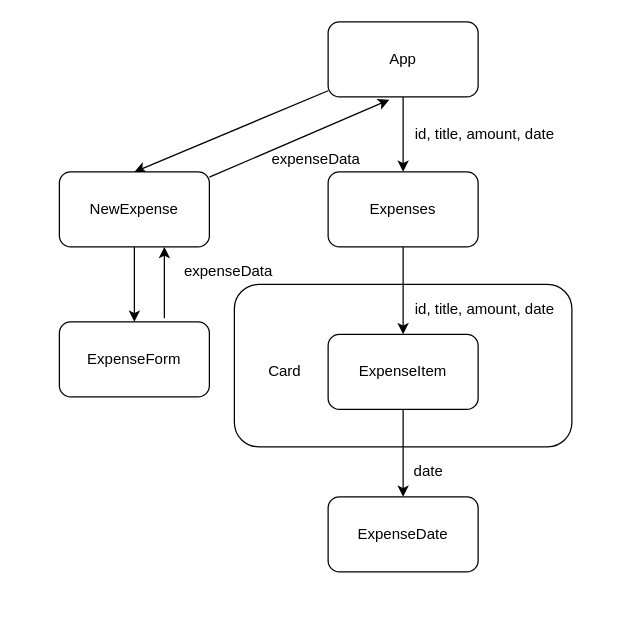
hieutrung0451/expenses-app keeps this draw.io diagram as expenses.app.drawio. Above is the earlier version. Source tidied: cells renumbered, new cells numbered last; positions are measured from the earlier drawing's top-left corner, leaving out a move shared by most shapes. Both pictures are drawn from the tidied source at 125%, with x=0, y=0 at pixel (59, 21).
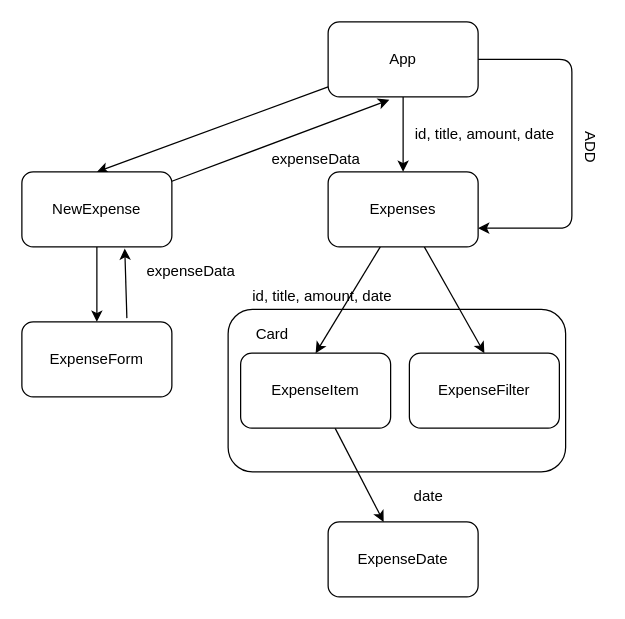
Above is the later version.

The change refers to these unchanged cells:
```xml
<mxCell id="5" value="App" style="rounded=1;whiteSpace=wrap;html=1;" parent="1" vertex="1">
  <mxGeometry x="215" width="120" height="60" as="geometry" />
</mxCell>
<mxCell id="12" value="Expenses" style="rounded=1;whiteSpace=wrap;html=1;" parent="1" vertex="1">
  <mxGeometry x="215" y="120" width="120" height="60" as="geometry" />
</mxCell>
```

What changed in the source:
```diff
@@
     <mxCell id="2" value="&amp;nbsp; &amp;nbsp; &amp;nbsp;" style="rounded=1;whiteSpace=wrap;html=1;" parent="1" vertex="1">
-      <mxGeometry x="140" y="210" width="270" height="130" as="geometry" />
+      <mxGeometry x="135" y="230" width="270" height="130" as="geometry" />
     </mxCell>
@@
+    <mxCell id="22" style="edgeStyle=none;html=1;entryX=1;entryY=0.75;entryDx=0;entryDy=0;" parent="1" edge="1" source="5" target="12">
+      <mxGeometry relative="1" as="geometry">
+        <Array as="points">
+          <mxPoint x="410" y="30" />
+          <mxPoint x="410" y="165" />
+        </Array>
+      </mxGeometry>
+    </mxCell>
@@
     <mxCell id="7" value="ExpenseItem" style="rounded=1;whiteSpace=wrap;html=1;" parent="1" vertex="1">
-      <mxGeometry x="215" y="250" width="120" height="60" as="geometry" />
+      <mxGeometry x="145" y="265" width="120" height="60" as="geometry" />
     </mxCell>
@@
     <mxCell id="9" value="ExpenseDate" style="whiteSpace=wrap;html=1;rounded=1;" parent="1" vertex="1">
-      <mxGeometry x="215" y="380" width="120" height="60" as="geometry" />
+      <mxGeometry x="215" y="400" width="120" height="60" as="geometry" />
     </mxCell>
     <mxCell id="10" value="date" style="text;html=1;align=center;verticalAlign=middle;strokeColor=none;fillColor=none;" parent="1" vertex="1">
-      <mxGeometry x="275" y="350" width="40" height="20" as="geometry" />
+      <mxGeometry x="275" y="370" width="40" height="20" as="geometry" />
     </mxCell>
@@
+    <mxCell id="23" style="edgeStyle=none;html=1;entryX=0.5;entryY=0;entryDx=0;entryDy=0;" parent="1" edge="1" source="12" target="25">
+      <mxGeometry relative="1" as="geometry" />
+    </mxCell>
@@
-    <mxCell id="13" value="id, title, amount, date" style="text;html=1;align=center;verticalAlign=middle;strokeColor=none;fillColor=none;" parent="1" vertex="1">
-      <mxGeometry x="275" y="220" width="130" height="20" as="geometry" />
+    <mxCell id="13" value="id, title, amount, date" style="text;html=1;align=center;verticalAlign=middle;strokeColor=none;fillColor=none;rotation=0;" parent="1" vertex="1">
+      <mxGeometry x="145" y="210" width="130" height="20" as="geometry" />
     </mxCell>
     <mxCell id="14" value="Card" style="text;html=1;align=center;verticalAlign=middle;strokeColor=none;fillColor=none;" parent="1" vertex="1">
-      <mxGeometry x="160" y="270" width="40" height="20" as="geometry" />
+      <mxGeometry x="150" y="240" width="40" height="20" as="geometry" />
     </mxCell>
@@
     <mxCell id="17" value="NewExpense" style="rounded=1;whiteSpace=wrap;html=1;" parent="1" vertex="1">
-      <mxGeometry y="120" width="120" height="60" as="geometry" />
+      <mxGeometry x="-30" y="120" width="120" height="60" as="geometry" />
     </mxCell>
-    <mxCell id="18" style="edgeStyle=none;html=1;exitX=0.7;exitY=-0.05;exitDx=0;exitDy=0;exitPerimeter=0;" parent="1" edge="1" source="19">
-      <mxGeometry relative="1" as="geometry">
-        <mxPoint x="84" y="180" as="targetPoint" />
-      </mxGeometry>
+    <mxCell id="18" style="edgeStyle=none;html=1;exitX=0.7;exitY=-0.05;exitDx=0;exitDy=0;exitPerimeter=0;entryX=0.686;entryY=1.022;entryDx=0;entryDy=0;entryPerimeter=0;" parent="1" edge="1" source="19" target="17">
+      <mxGeometry relative="1" as="geometry" />
     </mxCell>
     <mxCell id="19" value="ExpenseForm" style="rounded=1;whiteSpace=wrap;html=1;" parent="1" vertex="1">
-      <mxGeometry y="240" width="120" height="60" as="geometry" />
+      <mxGeometry x="-30" y="240" width="120" height="60" as="geometry" />
     </mxCell>
     <mxCell id="20" value="expenseData" style="text;html=1;align=center;verticalAlign=middle;strokeColor=none;fillColor=none;" parent="1" vertex="1">
-      <mxGeometry x="90" y="190" width="90" height="20" as="geometry" />
+      <mxGeometry x="60" y="190" width="90" height="20" as="geometry" />
     </mxCell>
@@
+    <mxCell id="24" value="ADD" style="text;html=1;align=center;verticalAlign=middle;strokeColor=none;fillColor=none;rotation=90;" parent="1" vertex="1">
+      <mxGeometry x="405" y="90" width="40" height="20" as="geometry" />
+    </mxCell>
+    <mxCell id="25" value="ExpenseFilter" style="rounded=1;whiteSpace=wrap;html=1;" parent="1" vertex="1">
+      <mxGeometry x="280" y="265" width="120" height="60" as="geometry" />
+    </mxCell>
```
